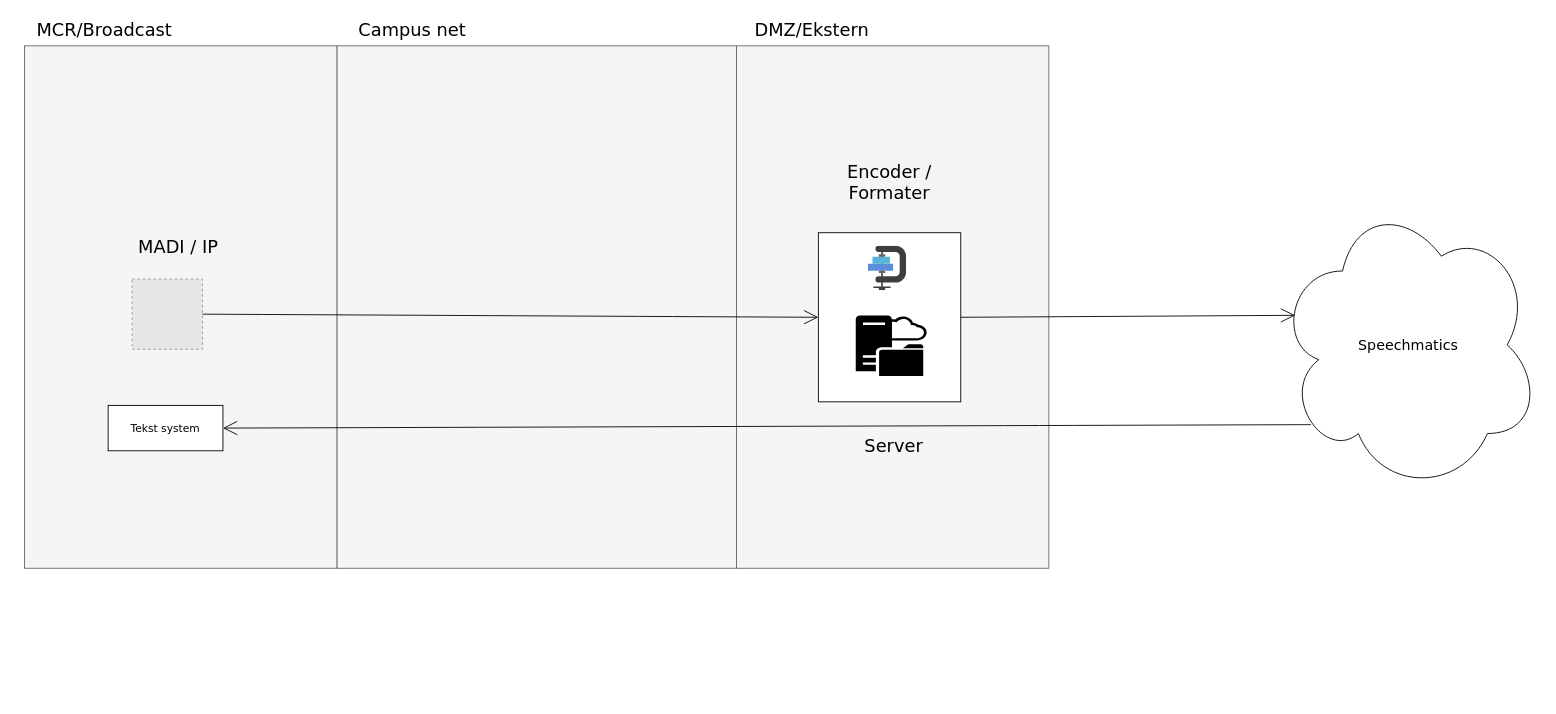
The draw.io diagram page "Page-2" (2 of 2) of Icecast.drawio in Teis-DR/tegninger, before the edit. Source tidied: cells renumbered, new cells numbered last; positions are measured from the earlier drawing's top-left corner, leaving out a move shared by most shapes. Both pictures are drawn from the tidied source at 89%, with x=0, y=0 at pixel (24, 15). Pictures stored in the file or linked from it are replaced by grey dashed boxes.
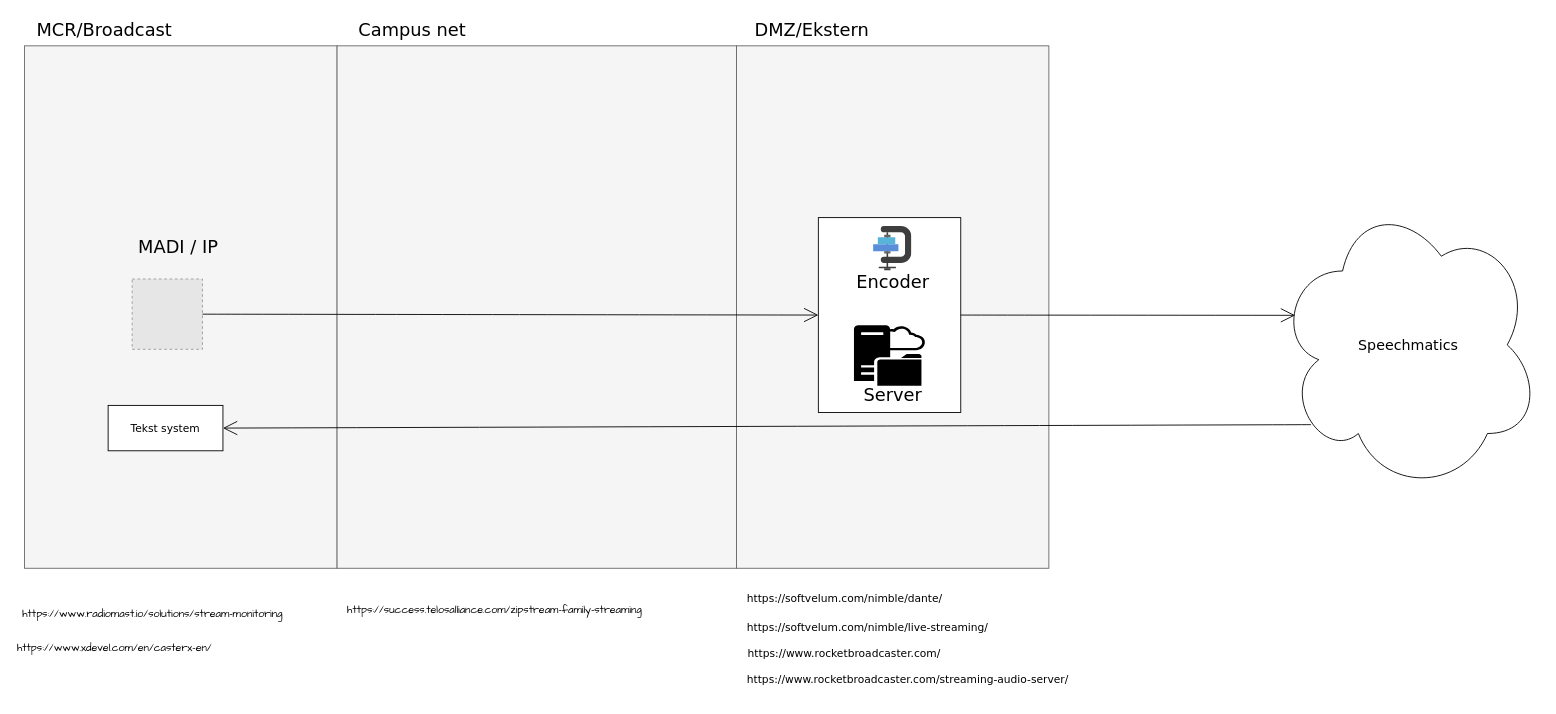
After the change.

Diff of the diagram source:
```diff
@@
     <mxCell id="9" style="rounded=0;whiteSpace=wrap;html=1;fontFamily=Architects Daughter;" parent="8" vertex="1">
-      <mxGeometry x="892" y="244" width="160" height="190" as="geometry" />
+      <mxGeometry x="892" y="227" width="160" height="219" as="geometry" />
     </mxCell>
     <mxCell id="10" style="image;sketch=0;html=1;align=center;fontSize=12;image=img/lib/mscae/Media_Encoding.svg;fontFamily=Architects Daughter;" parent="8" vertex="1">
-      <mxGeometry x="948" y="259" width="43" height="50" as="geometry" />
+      <mxGeometry x="954" y="237" width="43" height="50" as="geometry" />
     </mxCell>
     <mxCell id="11" style="sketch=0;shadow=0;dashed=0;html=1;strokeColor=none;labelPosition=center;verticalLabelPosition=bottom;verticalAlign=top;align=center;fillColor=#000000;shape=mxgraph.mscae.system_center.cloud_distribution_point;fontFamily=Architects Daughter;" parent="8" vertex="1">
-      <mxGeometry x="934" y="337" width="80" height="68" as="geometry" />
+      <mxGeometry x="932" y="348" width="80" height="68" as="geometry" />
     </mxCell>
@@
-    <mxCell id="15" value="Encoder / Formater" style="text;strokeColor=none;fillColor=none;html=1;align=center;verticalAlign=middle;whiteSpace=wrap;rounded=0;fontSize=20;fontFamily=Verdana;" parent="8" vertex="1">
-      <mxGeometry x="887" y="156" width="170" height="62" as="geometry" />
+    <mxCell id="15" value="Encoder" style="text;strokeColor=none;fillColor=none;html=1;align=center;verticalAlign=middle;whiteSpace=wrap;rounded=0;fontSize=20;fontFamily=Verdana;" parent="8" vertex="1">
+      <mxGeometry x="923" y="287" width="106" height="23" as="geometry" />
     </mxCell>
     <mxCell id="16" value="Server" style="text;strokeColor=none;fillColor=none;html=1;align=center;verticalAlign=middle;whiteSpace=wrap;rounded=0;fontSize=20;fontFamily=Verdana;" parent="8" vertex="1">
-      <mxGeometry x="892" y="452" width="170" height="62" as="geometry" />
+      <mxGeometry x="909" y="409" width="134" height="33" as="geometry" />
     </mxCell>
@@
+    <mxCell id="21" value="&lt;font face=&quot;Verdana&quot;&gt;https://softvelum.com/nimble/dante/&lt;/font&gt;" style="text;whiteSpace=wrap;html=1;fontFamily=Architects Daughter;" parent="8" vertex="1">
+      <mxGeometry x="810" y="641" width="308" height="36" as="geometry" />
+    </mxCell>
+    <mxCell id="22" value="&lt;font face=&quot;Verdana&quot;&gt;https://softvelum.com/nimble/live-streaming/&lt;/font&gt;" style="text;whiteSpace=wrap;html=1;fontFamily=Architects Daughter;" parent="8" vertex="1">
+      <mxGeometry x="810" y="674" width="367" height="36" as="geometry" />
+    </mxCell>
+    <mxCell id="23" value="&lt;font face=&quot;Verdana&quot;&gt;https://www.rocketbroadcaster.com/streaming-audio-server/&lt;/font&gt;" style="text;whiteSpace=wrap;html=1;fontFamily=Architects Daughter;" parent="8" vertex="1">
+      <mxGeometry x="810" y="732" width="433" height="36" as="geometry" />
+    </mxCell>
+    <mxCell id="24" value="&lt;font face=&quot;Verdana&quot;&gt;https://www.rocketbroadcaster.com/&lt;/font&gt;" style="text;whiteSpace=wrap;html=1;fontFamily=Architects Daughter;" parent="8" vertex="1">
+      <mxGeometry x="811" y="703" width="241" height="36" as="geometry" />
+    </mxCell>
+    <mxCell id="25" value="https://www.radiomast.io/solutions/stream-monitoring" style="text;whiteSpace=wrap;html=1;fontFamily=Architects Daughter;" parent="8" vertex="1">
+      <mxGeometry x="-4" y="659" width="321" height="36" as="geometry" />
+    </mxCell>
+    <mxCell id="26" value="https://www.xdevel.com/en/casterx-en/" style="text;whiteSpace=wrap;html=1;fontFamily=Architects Daughter;" parent="8" vertex="1">
+      <mxGeometry x="-10" y="698" width="247" height="36" as="geometry" />
+    </mxCell>
+    <mxCell id="27" value="https://success.telosalliance.com/zipstream-family-streaming" style="text;whiteSpace=wrap;html=1;fontFamily=Architects Daughter;" parent="8" vertex="1">
+      <mxGeometry x="361" y="655" width="359" height="36" as="geometry" />
+    </mxCell>
```
